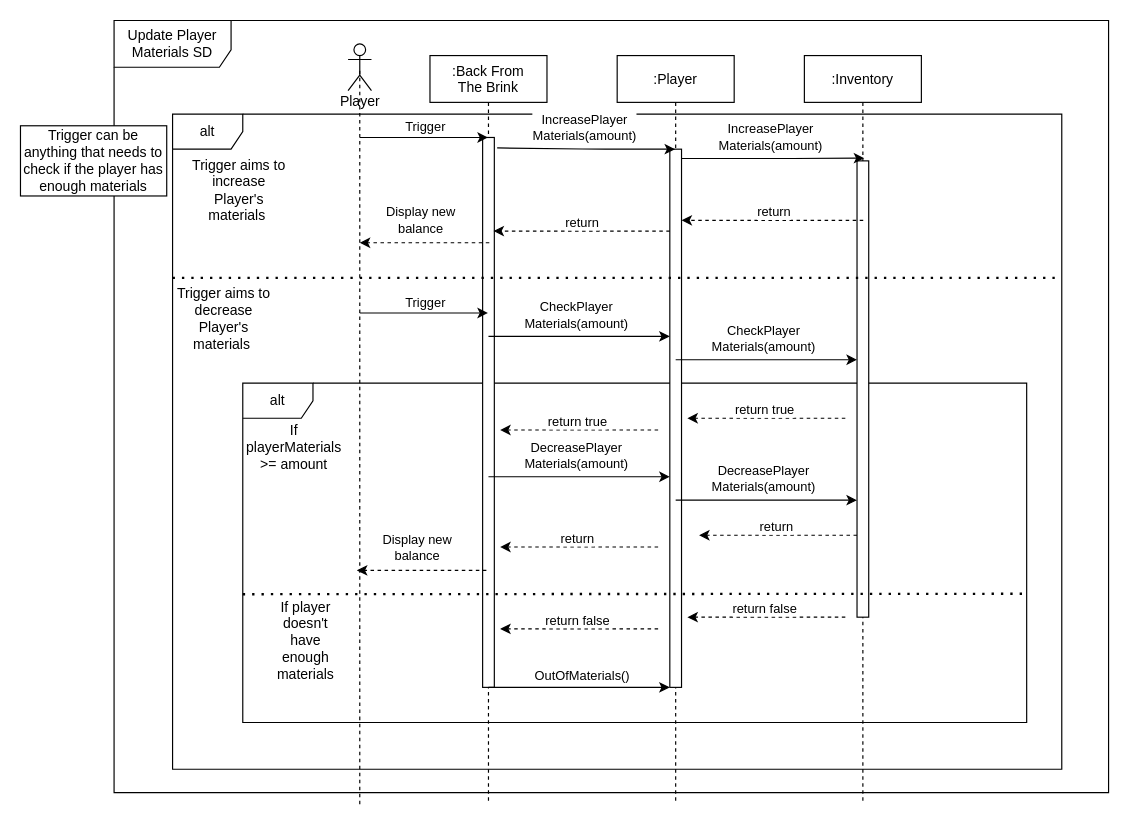
Above: Documentation/Sequence Diagrams/Update Player Materials SD (draft).drawio in cmcgarry5/csc2058-2021-g25 (draw.io), before the change. Source tidied: cells renumbered, new cells numbered last; positions are measured from the earlier drawing's top-left corner, leaving out a move shared by most shapes. Both pictures are drawn from the tidied source at 117%, with x=0, y=0 at pixel (20, 20).
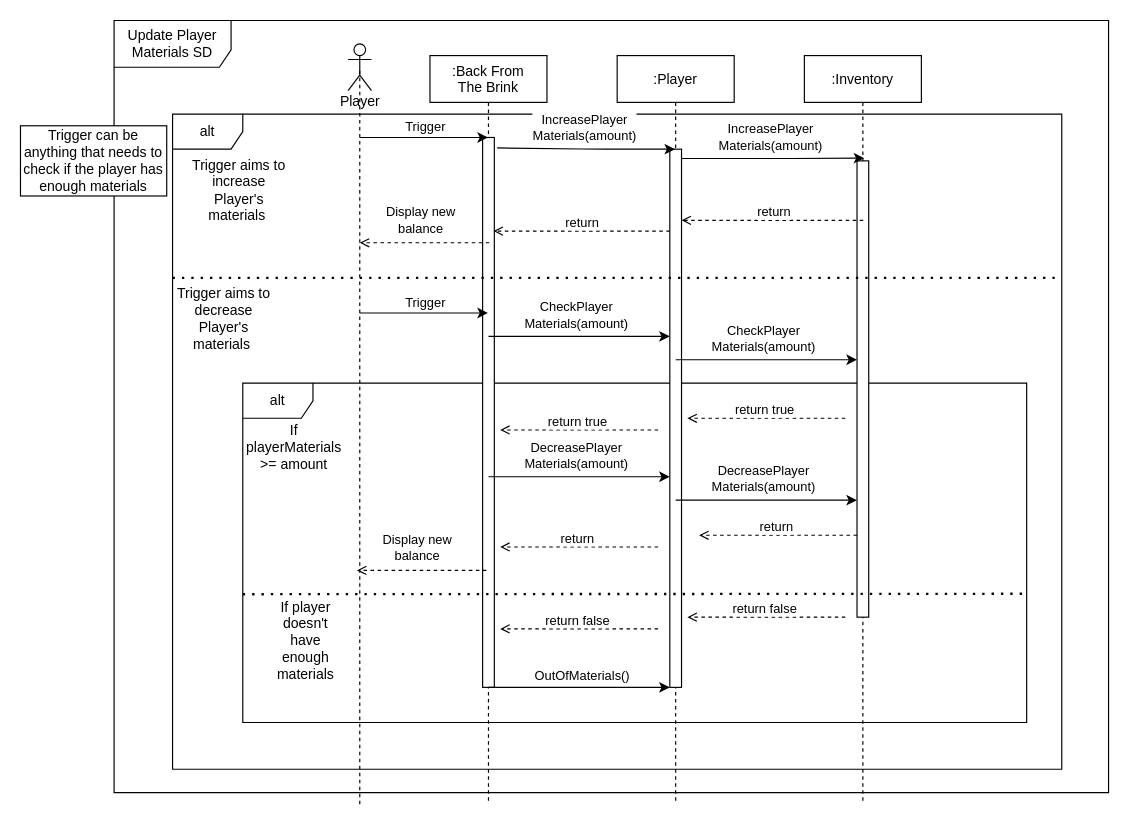
After the change.

The change refers to these unchanged cells:
```xml
<mxCell id="8" style="points=[];perimeter=orthogonalPerimeter;rounded=0;shadow=0;strokeWidth=1;" parent="7" vertex="1">
  <mxGeometry x="45" y="80" width="10" height="460" as="geometry" />
</mxCell>
<mxCell id="11" value=":Inventory" style="shape=umlLifeline;perimeter=lifelinePerimeter;rounded=0;shadow=0;strokeWidth=1;" parent="1" vertex="1">
  <mxGeometry x="670" y="30" width="100" height="640" as="geometry" />
</mxCell>
```

The edit, as a diff of the source:
```diff
@@
-    <mxCell id="24" style="endArrow=classic;html=1;dashed=1;exitX=0.503;exitY=0.22;exitDx=0;exitDy=0;exitPerimeter=0;" parent="1" edge="1" source="11" target="8">
+    <mxCell id="24" style="endArrow=open;html=1;dashed=1;exitX=0.503;exitY=0.22;exitDx=0;exitDy=0;exitPerimeter=0;endFill=0;" parent="1" edge="1" source="11" target="8">
       <mxGeometry relative="1" as="geometry" />
     </mxCell>
@@
-    <mxCell id="26" style="endArrow=classic;html=1;exitX=0.066;exitY=0.939;exitDx=0;exitDy=0;exitPerimeter=0;dashed=1;" parent="1" edge="1">
+    <mxCell id="26" style="endArrow=open;html=1;exitX=0.066;exitY=0.939;exitDx=0;exitDy=0;exitPerimeter=0;dashed=1;endFill=0;" parent="1" edge="1">
       <mxGeometry relative="1" as="geometry">
         <mxPoint x="555" y="180" as="sourcePoint" />
         <mxPoint x="404.3" y="180" as="targetPoint" />
       </mxGeometry>
     </mxCell>
@@
-    <mxCell id="28" style="endArrow=classic;html=1;exitX=0.066;exitY=0.939;exitDx=0;exitDy=0;exitPerimeter=0;dashed=1;" parent="1" edge="1">
+    <mxCell id="28" style="endArrow=open;html=1;exitX=0.066;exitY=0.939;exitDx=0;exitDy=0;exitPerimeter=0;dashed=1;endFill=0;" parent="1" edge="1">
       <mxGeometry relative="1" as="geometry">
         <mxPoint x="400.7" y="190" as="sourcePoint" />
         <mxPoint x="290" y="190" as="targetPoint" />
       </mxGeometry>
     </mxCell>
@@
-    <mxCell id="33" style="endArrow=classic;html=1;dashed=1;" parent="1" edge="1">
+    <mxCell id="33" style="endArrow=open;html=1;dashed=1;endFill=0;" parent="1" edge="1">
       <mxGeometry relative="1" as="geometry">
         <mxPoint x="705" y="340" as="sourcePoint" />
         <mxPoint x="570" y="340" as="targetPoint" />
       </mxGeometry>
     </mxCell>
@@
-    <mxCell id="35" style="endArrow=classic;html=1;dashed=1;" parent="1" edge="1">
+    <mxCell id="35" style="endArrow=open;html=1;dashed=1;endFill=0;" parent="1" edge="1">
       <mxGeometry relative="1" as="geometry">
         <mxPoint x="545" y="350" as="sourcePoint" />
         <mxPoint x="410" y="350" as="targetPoint" />
       </mxGeometry>
     </mxCell>
@@
-    <mxCell id="39" style="endArrow=classic;html=1;dashed=1;" parent="1" edge="1">
+    <mxCell id="39" style="endArrow=open;html=1;dashed=1;endFill=0;" parent="1" edge="1">
       <mxGeometry relative="1" as="geometry">
         <mxPoint x="715" y="440" as="sourcePoint" />
         <mxPoint x="580" y="440" as="targetPoint" />
       </mxGeometry>
     </mxCell>
@@
-    <mxCell id="41" style="endArrow=classic;html=1;dashed=1;" parent="1" edge="1">
+    <mxCell id="41" style="endArrow=open;html=1;dashed=1;endFill=0;" parent="1" edge="1">
       <mxGeometry relative="1" as="geometry">
         <mxPoint x="545" y="450" as="sourcePoint" />
         <mxPoint x="410" y="450" as="targetPoint" />
       </mxGeometry>
     </mxCell>
@@
-    <mxCell id="43" style="endArrow=classic;html=1;exitX=0.066;exitY=0.939;exitDx=0;exitDy=0;exitPerimeter=0;dashed=1;" parent="1" edge="1">
+    <mxCell id="43" style="endArrow=open;html=1;exitX=0.066;exitY=0.939;exitDx=0;exitDy=0;exitPerimeter=0;dashed=1;endFill=0;" parent="1" edge="1">
       <mxGeometry relative="1" as="geometry">
         <mxPoint x="398.2" y="470" as="sourcePoint" />
         <mxPoint x="287.5" y="470" as="targetPoint" />
       </mxGeometry>
     </mxCell>
@@
-    <mxCell id="47" style="endArrow=classic;html=1;dashed=1;" parent="1" edge="1">
+    <mxCell id="47" style="endArrow=open;html=1;dashed=1;endFill=0;" parent="1" edge="1">
       <mxGeometry relative="1" as="geometry">
         <mxPoint x="705" y="510" as="sourcePoint" />
         <mxPoint x="570" y="510" as="targetPoint" />
       </mxGeometry>
     </mxCell>
@@
-    <mxCell id="49" style="endArrow=classic;html=1;dashed=1;" parent="1" edge="1">
+    <mxCell id="49" style="endArrow=open;html=1;dashed=1;endFill=0;" parent="1" edge="1">
       <mxGeometry relative="1" as="geometry">
         <mxPoint x="545" y="520" as="sourcePoint" />
         <mxPoint x="410" y="520" as="targetPoint" />
       </mxGeometry>
     </mxCell>
```
